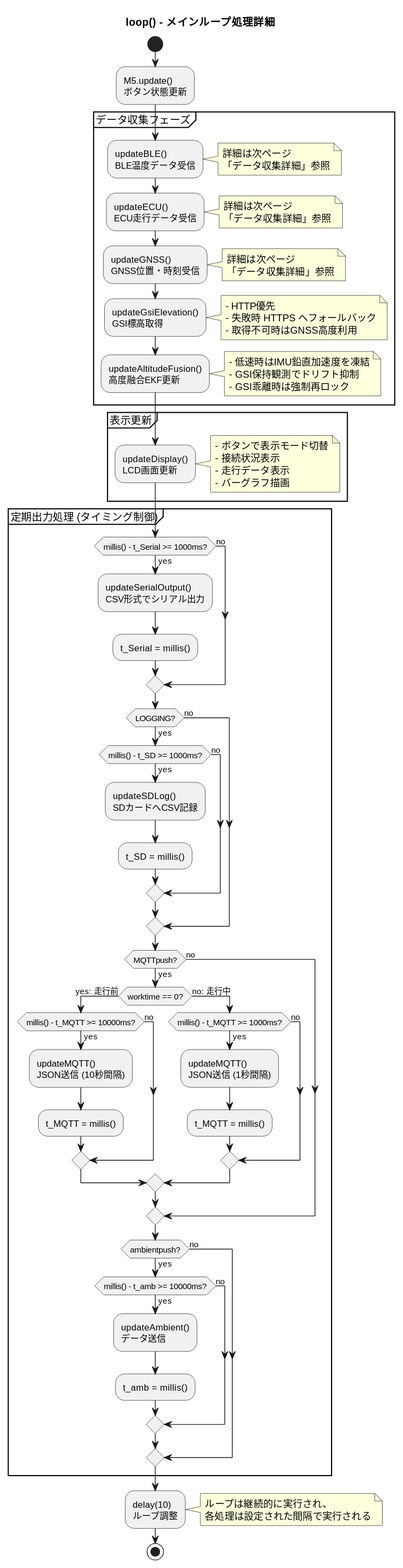
Above: docs/loop詳細フロー.svg in todateman/Chibi-T_Furoshiki_Logger (PlantUML), before the change.
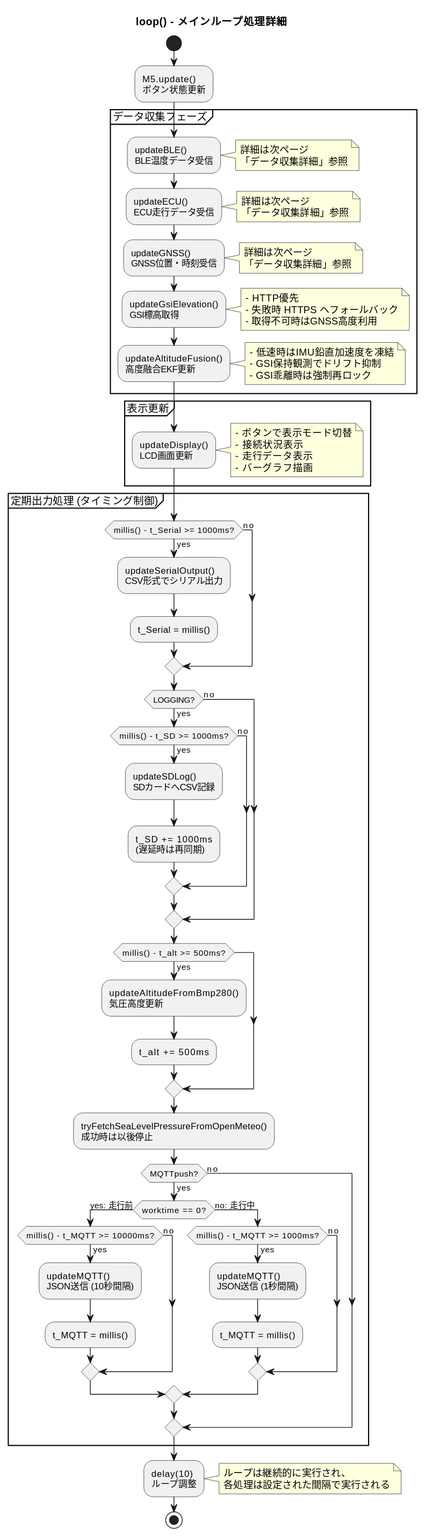
After the change.

Diff of the diagram source:
```diff
@@ -68,11 +68,21 @@
         if (millis() - t_SD >= 1000ms?) then (yes)
             :updateSDLog()
             SDカードへCSV記録;
-            :t_SD = millis();
+            :t_SD += 1000ms
+            (遅延時は再同期);
         else (no)
         endif
     else (no)
     endif
+
+    if (millis() - t_alt >= 500ms?) then (yes)
+        :updateAltitudeFromBmp280()
+        気圧高度更新;
+        :t_alt += 500ms;
+    endif
+
+    :tryFetchSeaLevelPressureFromOpenMeteo()
+    成功時は以後停止;
 
     if (MQTTpush?) then (yes)
         if (worktime == 0?) then (yes: 走行前)
@@ -93,15 +103,6 @@
     else (no)
     endif
 
-    if (ambientpush?) then (yes)
-        if (millis() - t_amb >= 10000ms?) then (yes)
-            :updateAmbient()
-            データ送信;
-            :t_amb = millis();
-        else (no)
-        endif
-    else (no)
-    endif
 }
 
 :delay(10)
```
